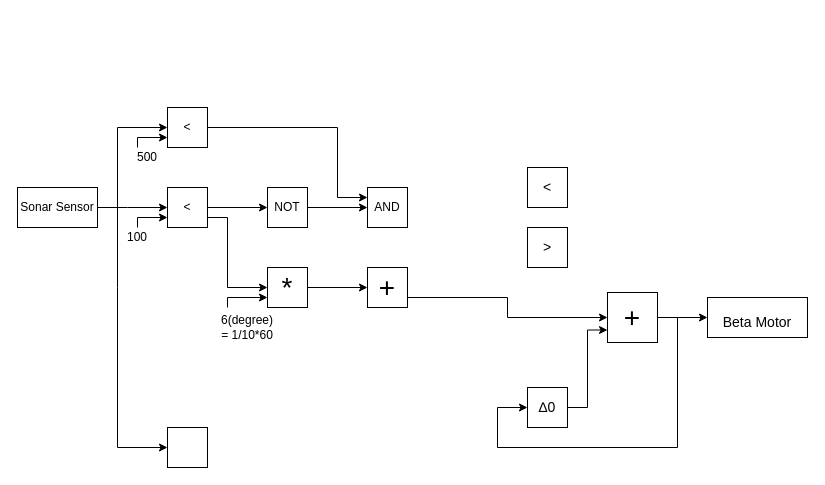
Above: proj07/ps2.drawio in miaoyuyang/CSE231 (draw.io), before the change. Source tidied: cells renumbered, new cells numbered last; positions are measured from the earlier drawing's top-left corner, leaving out a move shared by most shapes. Both pictures are drawn from the tidied source at 100%, with x=0, y=0 at pixel (17, 107).
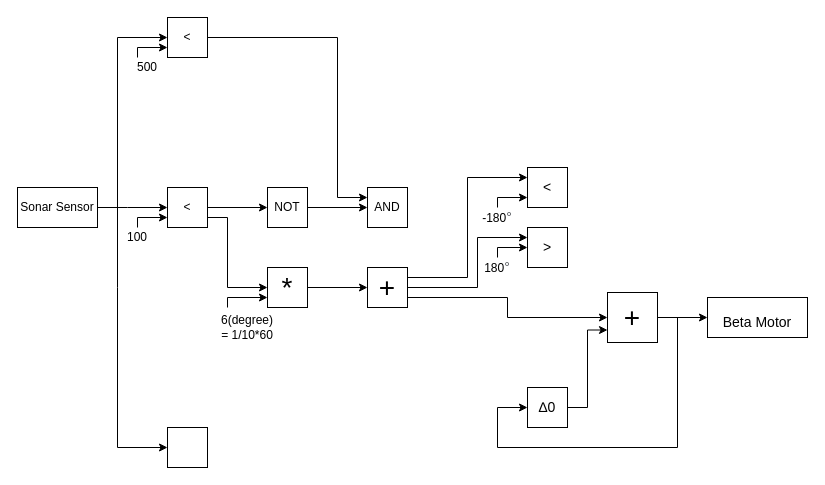
After the change.

Unchanged cells that the change refers to:
```xml
<mxCell id="13" value="AND" style="rounded=0;whiteSpace=wrap;html=1;" parent="1" vertex="1">
  <mxGeometry x="350" y="80" width="40" height="40" as="geometry" />
</mxCell>
<mxCell id="23" value="+" style="whiteSpace=wrap;html=1;fontSize=28;" parent="1" vertex="1">
  <mxGeometry x="350" y="160" width="40" height="40" as="geometry" />
</mxCell>
<mxCell id="31" value="&amp;lt;" style="whiteSpace=wrap;html=1;fontSize=14;" parent="1" vertex="1">
  <mxGeometry x="510" y="60" width="40" height="40" as="geometry" />
</mxCell>
<mxCell id="32" value="&amp;gt;" style="whiteSpace=wrap;html=1;fontSize=14;" parent="1" vertex="1">
  <mxGeometry x="510" y="120" width="40" height="40" as="geometry" />
</mxCell>
```

The edit, as a diff of the source:
```diff
@@
     <mxCell id="4" value="&amp;lt;" style="rounded=0;whiteSpace=wrap;html=1;" parent="1" vertex="1">
-      <mxGeometry x="150" width="40" height="40" as="geometry" />
+      <mxGeometry x="150" y="-90" width="40" height="40" as="geometry" />
     </mxCell>
@@
     <mxCell id="9" style="endArrow=classic;html=1;rounded=0;entryX=0;entryY=0.5;entryDx=0;entryDy=0;" parent="1" edge="1" target="4">
       <mxGeometry relative="1" as="geometry">
         <mxPoint x="100" y="100" as="sourcePoint" />
         <Array as="points">
-          <mxPoint x="100" y="20" />
+          <mxPoint x="100" y="-70" />
         </Array>
       </mxGeometry>
     </mxCell>
     <mxCell id="10" value="500" style="text;html=1;strokeColor=none;fillColor=none;align=center;verticalAlign=middle;whiteSpace=wrap;rounded=0;" parent="1" vertex="1">
-      <mxGeometry x="110" y="40" width="40" height="20" as="geometry" />
+      <mxGeometry x="110" y="-50" width="40" height="20" as="geometry" />
     </mxCell>
     <mxCell id="11" style="endArrow=classic;html=1;rounded=0;entryX=0;entryY=0.75;entryDx=0;entryDy=0;exitX=0.25;exitY=0;exitDx=0;exitDy=0;" parent="1" edge="1" source="10" target="4">
       <mxGeometry relative="1" as="geometry">
         <Array as="points">
-          <mxPoint x="120" y="30" />
+          <mxPoint x="120" y="-60" />
         </Array>
       </mxGeometry>
     </mxCell>
@@
     <mxCell id="16" style="endArrow=classic;html=1;rounded=0;exitX=1;exitY=0.5;exitDx=0;exitDy=0;entryX=0;entryY=0.25;entryDx=0;entryDy=0;" parent="1" edge="1" source="4" target="13">
       <mxGeometry relative="1" as="geometry">
         <Array as="points">
-          <mxPoint x="320" y="20" />
+          <mxPoint x="320" y="-70" />
           <mxPoint x="320" y="90" />
         </Array>
       </mxGeometry>
     </mxCell>
@@
+    <mxCell id="33" style="edgeStyle=orthogonalEdgeStyle;rounded=0;jettySize=auto;html=1;exitX=1;exitY=0.25;exitDx=0;exitDy=0;entryX=0;entryY=0.25;entryDx=0;entryDy=0;fontSize=14;" parent="1" edge="1" source="23" target="31">
+      <mxGeometry relative="1" as="geometry" />
+    </mxCell>
+    <mxCell id="34" style="edgeStyle=orthogonalEdgeStyle;rounded=0;jettySize=auto;html=1;exitX=1;exitY=0.5;exitDx=0;exitDy=0;entryX=0;entryY=0.25;entryDx=0;entryDy=0;fontSize=14;" parent="1" edge="1" source="23" target="32">
+      <mxGeometry relative="1" as="geometry">
+        <Array as="points">
+          <mxPoint x="460" y="180" />
+          <mxPoint x="460" y="130" />
+        </Array>
+      </mxGeometry>
+    </mxCell>
@@
+    <mxCell id="35" style="endArrow=classic;html=1;rounded=0;fontSize=14;entryX=0;entryY=0.75;entryDx=0;entryDy=0;exitX=0.5;exitY=0;exitDx=0;exitDy=0;" parent="1" edge="1" source="36" target="31">
+      <mxGeometry relative="1" as="geometry">
+        <Array as="points">
+          <mxPoint x="480" y="90" />
+        </Array>
+      </mxGeometry>
+    </mxCell>
+    <mxCell id="36" value="-180&lt;span style=&quot;color: rgb(77, 81, 86); font-family: arial, sans-serif; font-size: 14px; text-align: left; background-color: rgb(255, 255, 255);&quot;&gt;°&lt;/span&gt;" style="text;html=1;strokeColor=none;fillColor=none;align=center;verticalAlign=middle;whiteSpace=wrap;rounded=0;" parent="1" vertex="1">
+      <mxGeometry x="460" y="100" width="40" height="20" as="geometry" />
+    </mxCell>
+    <mxCell id="37" style="endArrow=classic;html=1;rounded=0;fontSize=14;entryX=0;entryY=0.75;entryDx=0;entryDy=0;exitX=0.5;exitY=0;exitDx=0;exitDy=0;" parent="1" edge="1" source="38">
+      <mxGeometry relative="1" as="geometry">
+        <mxPoint x="510" y="140" as="targetPoint" />
+        <Array as="points">
+          <mxPoint x="480" y="150" />
+          <mxPoint x="480" y="140" />
+        </Array>
+      </mxGeometry>
+    </mxCell>
+    <mxCell id="38" value="180&lt;span style=&quot;color: rgb(77, 81, 86); font-family: arial, sans-serif; font-size: 14px; text-align: left; background-color: rgb(255, 255, 255);&quot;&gt;°&lt;/span&gt;" style="text;html=1;strokeColor=none;fillColor=none;align=center;verticalAlign=middle;whiteSpace=wrap;rounded=0;" parent="1" vertex="1">
+      <mxGeometry x="460" y="150" width="40" height="20" as="geometry" />
+    </mxCell>
```
